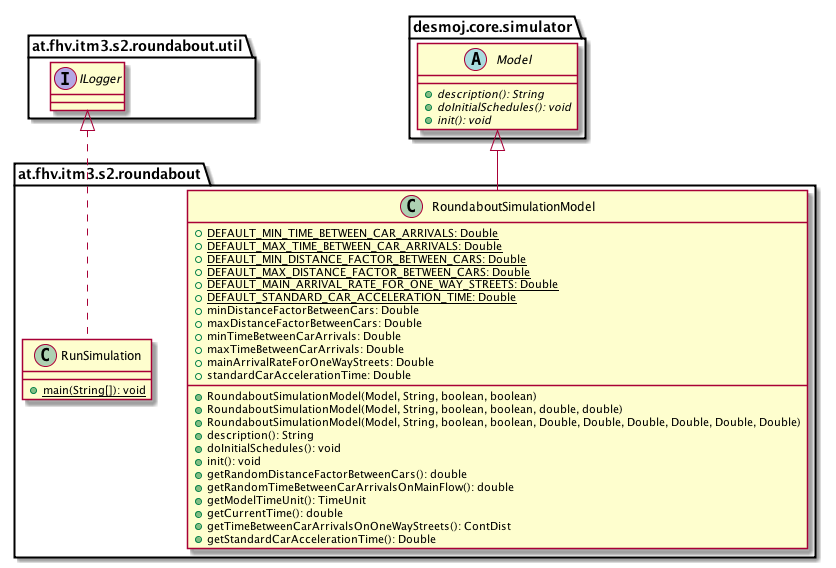
Above: images/uml-class/at.fhv.itm3.s2.roundabout.package.png in sereGkaluv/Roundabout-Simulation-Library (PlantUML), before the change.
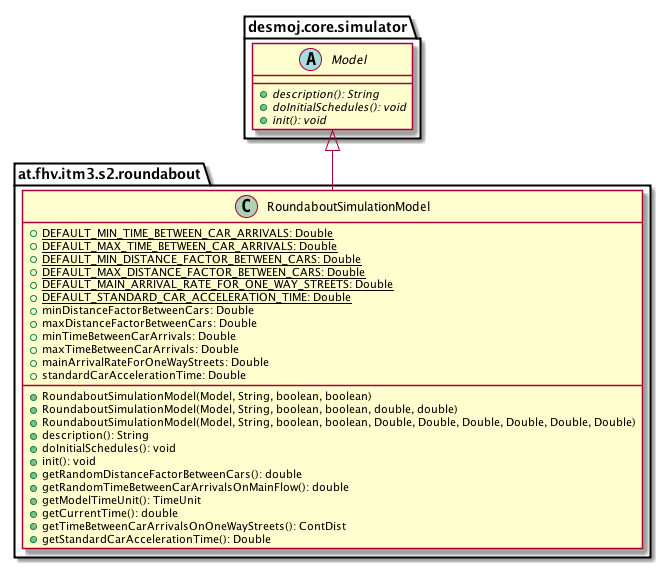
The same diagram one commit later.

What changed in the source:
```diff
@@ -1,10 +1,6 @@
 @startuml
 
     namespace at.fhv.itm3.s2.roundabout {
-
-        class RunSimulation [[../../../../../at/fhv/itm3/s2/roundabout/RunSimulation.html]] {
-            {static} +main(String[]): void
-        }
 
         class RoundaboutSimulationModel [[../../../../../at/fhv/itm3/s2/roundabout/RoundaboutSimulationModel.html]] {
             {static} +DEFAULT_MIN_TIME_BETWEEN_CAR_ARRIVALS: Double
@@ -33,9 +29,6 @@
             +getStandardCarAccelerationTime(): Double
         }
 
-        interface at.fhv.itm3.s2.roundabout.util.ILogger
-        at.fhv.itm3.s2.roundabout.util.ILogger <|.. RunSimulation
-
         abstract class desmoj.core.simulator.Model {
             {abstract} +description(): String
             {abstract} +doInitialSchedules(): void
```
